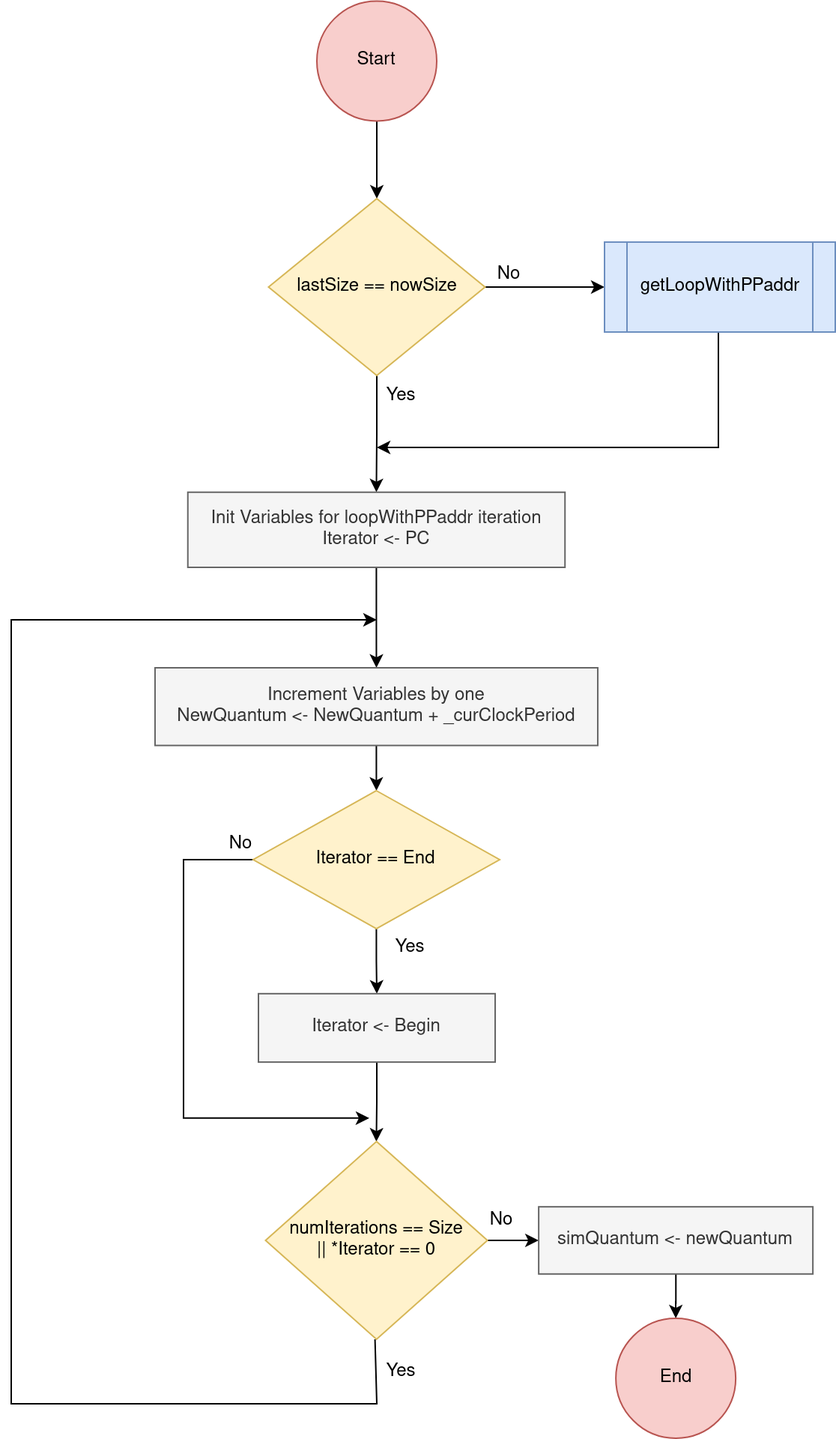
This is Images/Repetition_flowchart_quantum.png from HugoRibeiro-A88287-UM/MasterThesis, a draw.io export, as it was before one commit. Source tidied: cells renumbered, new cells last; positions are measured from the earlier drawing's top-left corner, leaving out a move shared by most shapes.
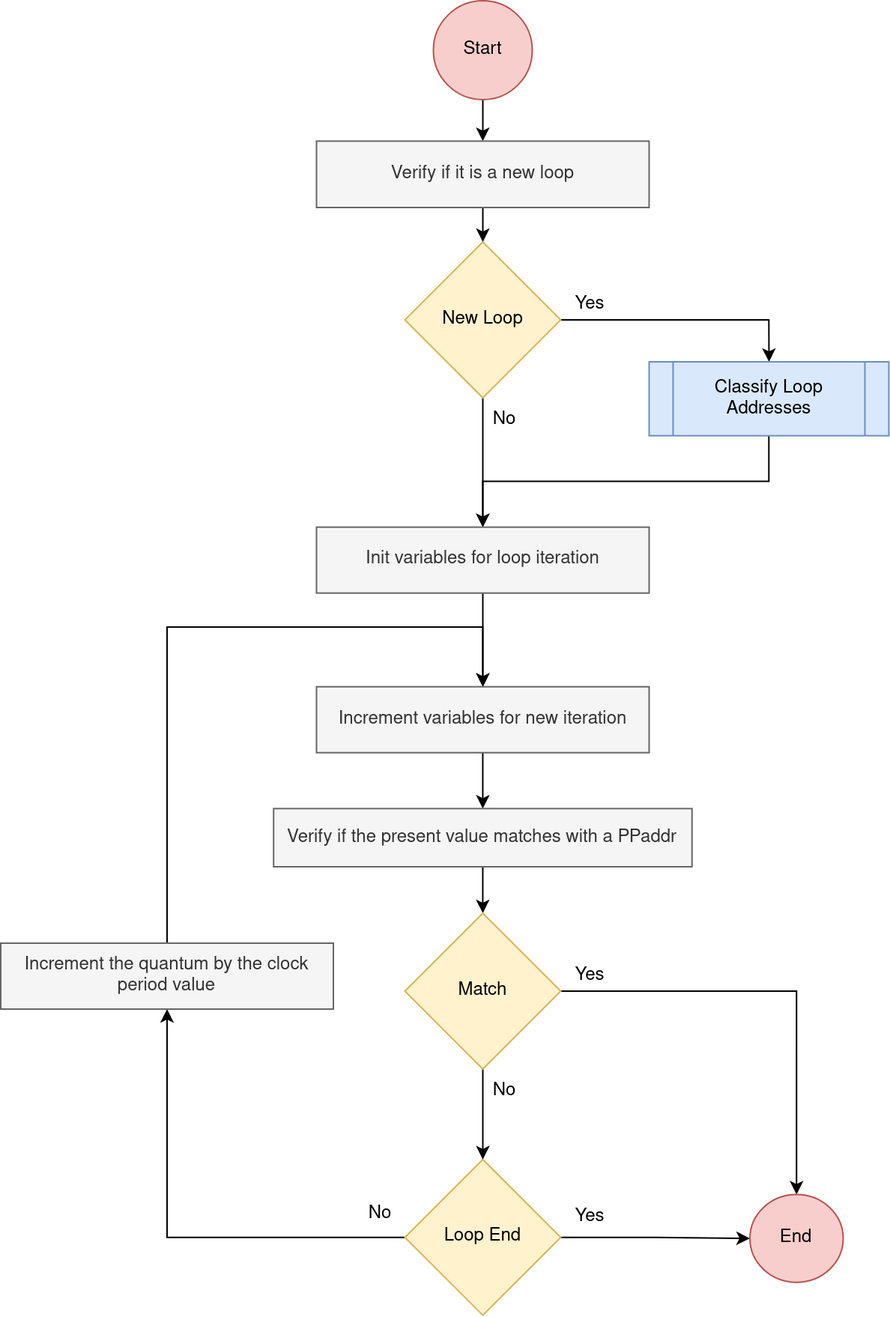
After the change.

The edit, as a diff of the source:
```diff
@@ -2,113 +2,100 @@
   <root>
     <mxCell id="0" />
     <mxCell id="1" parent="0" />
-    <mxCell id="2" style="edgeStyle=orthogonalEdgeStyle;rounded=0;jettySize=auto;html=1;" parent="1" edge="1" source="3" target="6">
+    <mxCell id="2" style="edgeStyle=orthogonalEdgeStyle;rounded=0;jettySize=auto;html=1;entryX=0.5;entryY=0;entryDx=0;entryDy=0;" parent="1" edge="1" source="3" target="12">
       <mxGeometry relative="1" as="geometry" />
     </mxCell>
     <mxCell id="3" value="Start" style="ellipse;whiteSpace=wrap;html=1;fillColor=#f8cecc;strokeColor=#b85450;" parent="1" vertex="1">
-      <mxGeometry x="204" y="0.2" width="80" height="80" as="geometry" />
+      <mxGeometry x="190.7" y="-29" width="66" height="66" as="geometry" />
     </mxCell>
-    <mxCell id="4" style="edgeStyle=orthogonalEdgeStyle;rounded=0;jettySize=auto;html=1;" parent="1" edge="1" source="6" target="8">
+    <mxCell id="4" style="edgeStyle=orthogonalEdgeStyle;rounded=0;jettySize=auto;html=1;entryX=0.5;entryY=0;entryDx=0;entryDy=0;" parent="1" edge="1" source="6" target="8">
       <mxGeometry relative="1" as="geometry" />
     </mxCell>
-    <mxCell id="5" style="edgeStyle=orthogonalEdgeStyle;rounded=0;jettySize=auto;html=1;" parent="1" edge="1" source="6" target="11">
+    <mxCell id="5" style="edgeStyle=orthogonalEdgeStyle;rounded=0;jettySize=auto;html=1;" parent="1" edge="1" source="6" target="14">
       <mxGeometry relative="1" as="geometry" />
     </mxCell>
-    <mxCell id="6" value="lastSize == nowSize" style="rhombus;whiteSpace=wrap;html=1;fillColor=#fff2cc;strokeColor=#d6b656;" parent="1" vertex="1">
-      <mxGeometry x="171.7" y="132" width="144.5" height="118" as="geometry" />
+    <mxCell id="6" value="New Loop" style="rhombus;whiteSpace=wrap;html=1;fillColor=#fff2cc;strokeColor=#d6b656;" parent="1" vertex="1">
+      <mxGeometry x="171.7" y="132" width="104" height="104" as="geometry" />
     </mxCell>
-    <mxCell id="7" style="edgeStyle=orthogonalEdgeStyle;rounded=0;jettySize=auto;html=1;" parent="1" edge="1" source="8">
-      <mxGeometry relative="1" as="geometry">
-        <mxPoint x="244" y="298" as="targetPoint" />
-        <Array as="points">
-          <mxPoint x="472" y="298" />
-        </Array>
-      </mxGeometry>
+    <mxCell id="7" style="edgeStyle=orthogonalEdgeStyle;rounded=0;jettySize=auto;html=1;entryX=0.5;entryY=0;entryDx=0;entryDy=0;" parent="1" edge="1" source="8" target="14">
+      <mxGeometry relative="1" as="geometry" />
     </mxCell>
-    <mxCell id="8" value="getLoopWithPPaddr" style="shape=process;whiteSpace=wrap;html=1;backgroundOutline=1;fillColor=#dae8fc;strokeColor=#6c8ebf;" parent="1" vertex="1">
-      <mxGeometry x="396" y="161" width="154" height="60" as="geometry" />
+    <mxCell id="8" value="Classify Loop Addresses" style="shape=process;whiteSpace=wrap;html=1;backgroundOutline=1;fillColor=#dae8fc;strokeColor=#6c8ebf;" parent="1" vertex="1">
+      <mxGeometry x="334.7" y="212" width="160" height="49.3" as="geometry" />
     </mxCell>
     <mxCell id="9" value="No" style="text;html=1;align=center;verticalAlign=middle;strokeColor=none;fillColor=none;" parent="1" vertex="1">
-      <mxGeometry x="315" y="169.7" width="33" height="26" as="geometry" />
+      <mxGeometry x="221.9" y="238" width="33" height="26" as="geometry" />
     </mxCell>
-    <mxCell id="10" style="edgeStyle=orthogonalEdgeStyle;rounded=0;jettySize=auto;html=1;entryX=0.5;entryY=0;entryDx=0;entryDy=0;" parent="1" edge="1" source="11" target="13">
-      <mxGeometry relative="1" as="geometry">
-        <Array as="points">
-          <mxPoint x="244" y="414" />
-        </Array>
-      </mxGeometry>
+    <mxCell id="10" value="&lt;div&gt;Yes&lt;/div&gt;" style="text;html=1;align=center;verticalAlign=middle;strokeColor=none;fillColor=none;" parent="1" vertex="1">
+      <mxGeometry x="275.7" y="160.5" width="38" height="26" as="geometry" />
     </mxCell>
-    <mxCell id="11" value="&lt;div&gt;Init Variables for loopWithPPaddr iteration&lt;/div&gt;&lt;div&gt;Iterator &amp;lt;- PC&lt;/div&gt;" style="rounded=0;whiteSpace=wrap;html=1;fillColor=#f5f5f5;fontColor=#333333;strokeColor=#666666;" parent="1" vertex="1">
-      <mxGeometry x="117.9" y="327.9" width="251.7" height="50.1" as="geometry" />
+    <mxCell id="11" style="edgeStyle=orthogonalEdgeStyle;rounded=0;jettySize=auto;html=1;entryX=0.5;entryY=0;entryDx=0;entryDy=0;" parent="1" edge="1" source="12" target="6">
+      <mxGeometry relative="1" as="geometry" />
     </mxCell>
-    <mxCell id="12" style="edgeStyle=orthogonalEdgeStyle;rounded=0;jettySize=auto;html=1;entryX=0.5;entryY=0;entryDx=0;entryDy=0;" parent="1" edge="1" source="13" target="16">
-      <mxGeometry relative="1" as="geometry" />
+    <mxCell id="12" value="Verify if it is a new loop" style="whiteSpace=wrap;html=1;fillColor=#f5f5f5;strokeColor=#666666;rounded=0;fontColor=#333333;" parent="1" vertex="1">
+      <mxGeometry x="112.7" y="64.7" width="222" height="44.3" as="geometry" />
     </mxCell>
-    <mxCell id="13" value="&lt;div&gt;Increment Variables by one&lt;/div&gt;&lt;div&gt;NewQuantum &amp;lt;- NewQuantum + _curClockPeriod&lt;/div&gt;" style="rounded=0;whiteSpace=wrap;html=1;fillColor=#f5f5f5;fontColor=#333333;strokeColor=#666666;" parent="1" vertex="1">
-      <mxGeometry x="96" y="445" width="295.5" height="51.8" as="geometry" />
+    <mxCell id="13" style="edgeStyle=orthogonalEdgeStyle;rounded=0;jettySize=auto;html=1;" parent="1" edge="1" source="14" target="16">
+      <mxGeometry relative="1" as="geometry" />
     </mxCell>
-    <mxCell id="14" style="edgeStyle=orthogonalEdgeStyle;rounded=0;jettySize=auto;html=1;" parent="1" edge="1" source="16" target="18">
-      <mxGeometry relative="1" as="geometry" />
+    <mxCell id="14" value="Init variables for loop iteration" style="whiteSpace=wrap;html=1;fillColor=#f5f5f5;strokeColor=#666666;rounded=0;fontColor=#333333;" parent="1" vertex="1">
+      <mxGeometry x="112.7" y="322.3" width="222" height="44" as="geometry" />
     </mxCell>
-    <mxCell id="15" style="edgeStyle=orthogonalEdgeStyle;rounded=0;jettySize=auto;html=1;" parent="1" edge="1" source="16">
-      <mxGeometry relative="1" as="geometry">
-        <mxPoint x="239" y="745.4" as="targetPoint" />
-        <Array as="points">
-          <mxPoint x="115" y="573.4" />
-          <mxPoint x="115" y="745.4" />
-        </Array>
-      </mxGeometry>
+    <mxCell id="15" style="edgeStyle=orthogonalEdgeStyle;rounded=0;jettySize=auto;html=1;" parent="1" edge="1" source="16" target="21">
+      <mxGeometry relative="1" as="geometry" />
     </mxCell>
-    <mxCell id="16" value="Iterator == End" style="rhombus;whiteSpace=wrap;html=1;fillColor=#fff2cc;strokeColor=#d6b656;" parent="1" vertex="1">
-      <mxGeometry x="161.5" y="527" width="164.5" height="92" as="geometry" />
+    <mxCell id="16" value="Increment variables for new iteration" style="whiteSpace=wrap;html=1;fillColor=#f5f5f5;strokeColor=#666666;rounded=0;fontColor=#333333;" parent="1" vertex="1">
+      <mxGeometry x="112.7" y="428.9" width="222" height="44" as="geometry" />
     </mxCell>
-    <mxCell id="17" style="edgeStyle=orthogonalEdgeStyle;rounded=0;jettySize=auto;html=1;" parent="1" edge="1" source="18" target="24">
+    <mxCell id="17" style="edgeStyle=orthogonalEdgeStyle;rounded=0;jettySize=auto;html=1;entryX=0;entryY=0.5;entryDx=0;entryDy=0;" parent="1" edge="1" source="19" target="25">
       <mxGeometry relative="1" as="geometry" />
     </mxCell>
-    <mxCell id="18" value="Iterator &amp;lt;- Begin" style="rounded=0;whiteSpace=wrap;html=1;fillColor=#f5f5f5;fontColor=#333333;strokeColor=#666666;" parent="1" vertex="1">
-      <mxGeometry x="165" y="662.4" width="158" height="45.6" as="geometry" />
+    <mxCell id="18" style="edgeStyle=orthogonalEdgeStyle;rounded=0;jettySize=auto;html=1;entryX=0.5;entryY=1;entryDx=0;entryDy=0;" parent="1" edge="1" source="19" target="29">
+      <mxGeometry relative="1" as="geometry" />
     </mxCell>
-    <mxCell id="19" value="&lt;div&gt;Yes&lt;/div&gt;" style="text;html=1;align=center;verticalAlign=middle;points=[];strokeColor=none;fillColor=none;" parent="1" vertex="1">
-      <mxGeometry x="241" y="251" width="38" height="26" as="geometry" />
+    <mxCell id="19" value="Loop End" style="rhombus;whiteSpace=wrap;html=1;fillColor=#fff2cc;strokeColor=#d6b656;" parent="1" vertex="1">
+      <mxGeometry x="171.7" y="744.3" width="104" height="104" as="geometry" />
     </mxCell>
-    <mxCell id="20" value="&lt;div&gt;Yes&lt;/div&gt;" style="text;html=1;align=center;verticalAlign=middle;strokeColor=none;fillColor=none;" parent="1" vertex="1">
-      <mxGeometry x="247" y="619" width="38" height="26" as="geometry" />
+    <mxCell id="20" style="edgeStyle=orthogonalEdgeStyle;rounded=0;jettySize=auto;html=1;entryX=0.5;entryY=0;entryDx=0;entryDy=0;" parent="1" edge="1" source="21" target="24">
+      <mxGeometry relative="1" as="geometry" />
     </mxCell>
-    <mxCell id="21" value="No" style="text;html=1;align=center;verticalAlign=middle;points=[];strokeColor=none;fillColor=none;" parent="1" vertex="1">
-      <mxGeometry x="136.7" y="550.4" width="33" height="26" as="geometry" />
+    <mxCell id="21" value="Verify if the present value matches with a PPaddr" style="whiteSpace=wrap;html=1;fillColor=#f5f5f5;strokeColor=#666666;rounded=0;fontColor=#333333;" parent="1" vertex="1">
+      <mxGeometry x="84.1" y="510.2" width="279.3" height="38.8" as="geometry" />
     </mxCell>
-    <mxCell id="22" style="edgeStyle=orthogonalEdgeStyle;rounded=0;orthogonalLoop=1;jettySize=auto;html=1;exitX=0.5;exitY=1;exitDx=0;exitDy=0;" parent="1" edge="1">
-      <mxGeometry relative="1" as="geometry">
-        <mxPoint x="242.8" y="893" as="sourcePoint" />
-        <mxPoint x="244" y="413" as="targetPoint" />
-        <Array as="points">
-          <mxPoint x="244" y="893" />
-          <mxPoint x="244" y="936" />
-          <mxPoint y="936" />
-          <mxPoint y="413" />
-        </Array>
-      </mxGeometry>
+    <mxCell id="22" style="edgeStyle=orthogonalEdgeStyle;rounded=0;jettySize=auto;html=1;entryX=0.5;entryY=0;entryDx=0;entryDy=0;" parent="1" edge="1" source="24" target="25">
+      <mxGeometry relative="1" as="geometry" />
     </mxCell>
-    <mxCell id="23" style="edgeStyle=orthogonalEdgeStyle;rounded=0;jettySize=auto;html=1;entryX=0;entryY=0.5;entryDx=0;entryDy=0;" parent="1" edge="1" source="24" target="26">
+    <mxCell id="23" style="edgeStyle=orthogonalEdgeStyle;rounded=0;jettySize=auto;html=1;entryX=0.5;entryY=0;entryDx=0;entryDy=0;" parent="1" edge="1" source="24" target="19">
       <mxGeometry relative="1" as="geometry" />
     </mxCell>
-    <mxCell id="24" value="numIterations == Size &lt;br&gt;|| *Iterator == 0" style="rhombus;whiteSpace=wrap;html=1;fillColor=#fff2cc;strokeColor=#d6b656;" parent="1" vertex="1">
-      <mxGeometry x="169.7" y="761" width="148.1" height="132" as="geometry" />
+    <mxCell id="24" value="Match" style="rhombus;whiteSpace=wrap;html=1;fillColor=#fff2cc;strokeColor=#d6b656;" parent="1" vertex="1">
+      <mxGeometry x="171.7" y="580" width="104" height="104" as="geometry" />
     </mxCell>
-    <mxCell id="25" style="edgeStyle=orthogonalEdgeStyle;rounded=0;jettySize=auto;html=1;" parent="1" edge="1" source="26" target="27">
-      <mxGeometry relative="1" as="geometry" />
+    <mxCell id="25" value="End" style="ellipse;whiteSpace=wrap;html=1;fillColor=#f8cecc;strokeColor=#b85450;" parent="1" vertex="1">
+      <mxGeometry x="402" y="767.8" width="62.3" height="58.6" as="geometry" />
     </mxCell>
-    <mxCell id="26" value="simQuantum &amp;lt;- newQuantum" style="rounded=0;whiteSpace=wrap;html=1;fillColor=#f5f5f5;fontColor=#333333;strokeColor=#666666;" parent="1" vertex="1">
-      <mxGeometry x="352.1" y="804.6" width="183" height="44.8" as="geometry" />
+    <mxCell id="26" value="No" style="text;html=1;align=center;verticalAlign=middle;points=[];strokeColor=none;fillColor=none;" parent="1" vertex="1">
+      <mxGeometry x="221.9" y="686.5" width="33" height="26" as="geometry" />
     </mxCell>
-    <mxCell id="27" value="End" style="ellipse;whiteSpace=wrap;html=1;fillColor=#f8cecc;strokeColor=#b85450;" parent="1" vertex="1">
-      <mxGeometry x="403.6" y="879" width="80" height="80" as="geometry" />
+    <mxCell id="27" value="&lt;div&gt;Yes&lt;/div&gt;" style="text;html=1;align=center;verticalAlign=middle;points=[];strokeColor=none;fillColor=none;" parent="1" vertex="1">
+      <mxGeometry x="275.7" y="609" width="38" height="26" as="geometry" />
     </mxCell>
-    <mxCell id="28" value="&lt;div&gt;Yes&lt;/div&gt;" style="text;html=1;align=center;verticalAlign=middle;strokeColor=none;fillColor=none;" parent="1" vertex="1">
-      <mxGeometry x="241" y="902" width="38" height="26" as="geometry" />
+    <mxCell id="28" style="edgeStyle=orthogonalEdgeStyle;rounded=0;jettySize=auto;html=1;entryX=0.5;entryY=0;entryDx=0;entryDy=0;" parent="1" edge="1" source="29" target="16">
+      <mxGeometry relative="1" as="geometry">
+        <Array as="points">
+          <mxPoint x="13" y="389" />
+          <mxPoint x="224" y="389" />
+        </Array>
+      </mxGeometry>
     </mxCell>
-    <mxCell id="29" value="No" style="text;html=1;align=center;verticalAlign=middle;points=[];strokeColor=none;fillColor=none;" parent="1" vertex="1">
-      <mxGeometry x="310.8" y="800.8" width="33" height="26" as="geometry" />
+    <mxCell id="29" value="Increment the quantum by the clock period value" style="whiteSpace=wrap;html=1;fillColor=#f5f5f5;strokeColor=#666666;rounded=0;fontColor=#333333;" parent="1" vertex="1">
+      <mxGeometry x="-98" y="600" width="222" height="44" as="geometry" />
     </mxCell>
+    <mxCell id="30" value="No" style="text;html=1;align=center;verticalAlign=middle;strokeColor=none;fillColor=none;" parent="1" vertex="1">
+      <mxGeometry x="138.7" y="767.8" width="33" height="26" as="geometry" />
+    </mxCell>
+    <mxCell id="31" value="&lt;div&gt;Yes&lt;/div&gt;" style="text;html=1;align=center;verticalAlign=middle;strokeColor=none;fillColor=none;" parent="1" vertex="1">
+      <mxGeometry x="275.7" y="770.2" width="38" height="26" as="geometry" />
+    </mxCell>
   </root>
 </mxGraphModel>
```
